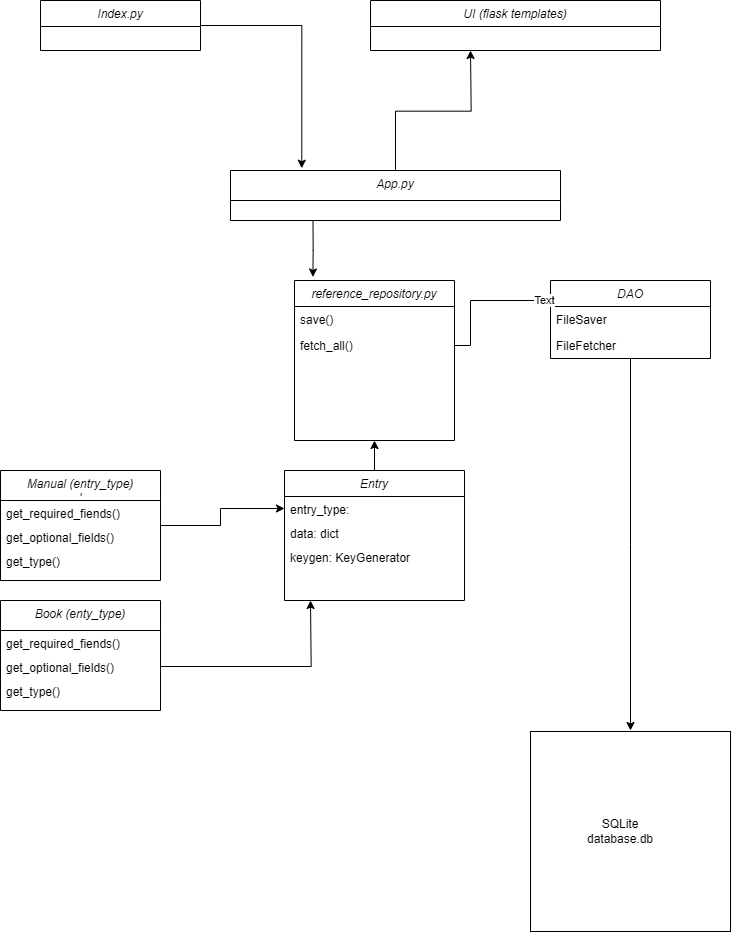
Earlier version of the draw.io export docs/images/luokkakaavio.png (niilolehtonen/miniprojekti). Source tidied: cells renumbered, new cells last; positions are measured from the earlier drawing's top-left corner, leaving out a move shared by most shapes.
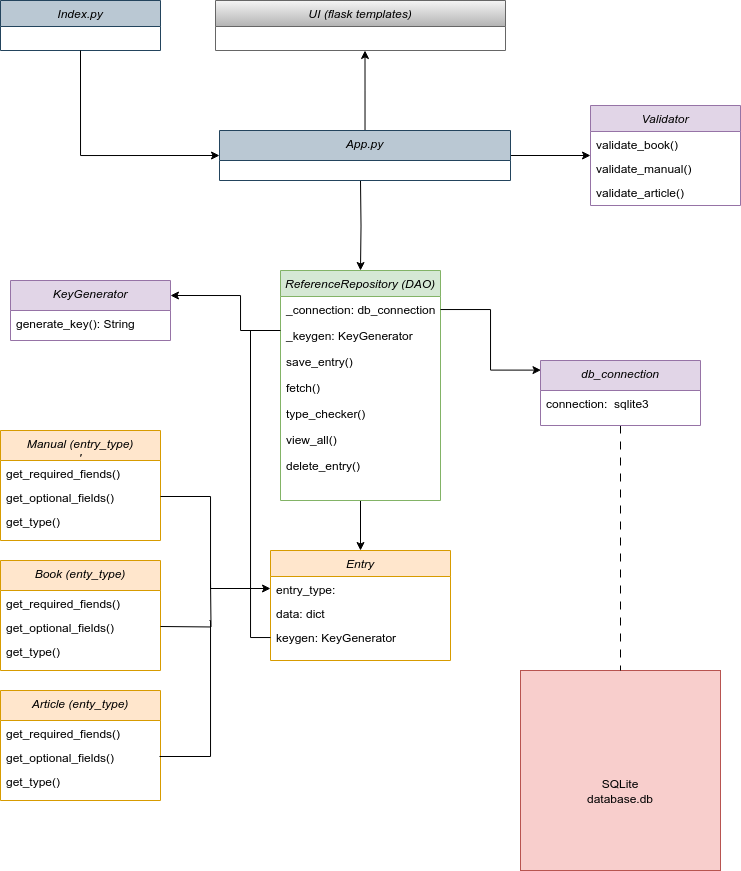
After the change.

Commit message:
class diagram updated

The edit, as a diff of the source:
```diff
@@ -2,10 +2,10 @@
   <root>
     <mxCell id="0" />
     <mxCell id="1" parent="0" />
-    <mxCell id="2" value="Index.py&#10;" style="swimlane;fontStyle=2;align=center;verticalAlign=top;horizontal=1;startSize=26;rounded=0;shadow=0;strokeWidth=1;" parent="1" vertex="1">
-      <mxGeometry x="40" width="160" height="50" as="geometry" />
+    <mxCell id="2" value="Index.py&#10;" style="swimlane;fontStyle=2;align=center;verticalAlign=top;horizontal=1;startSize=26;rounded=0;shadow=0;strokeWidth=1;fillColor=#bac8d3;strokeColor=#23445d;" parent="1" vertex="1">
+      <mxGeometry y="40" width="160" height="50" as="geometry" />
     </mxCell>
-    <mxCell id="3" value="Manual (entry_type)&#10;'" style="swimlane;fontStyle=2;align=center;verticalAlign=top;horizontal=1;startSize=30;rounded=0;shadow=0;strokeWidth=1;" parent="1" vertex="1">
+    <mxCell id="3" value="Manual (entry_type)&#10;'" style="swimlane;fontStyle=2;align=center;verticalAlign=top;horizontal=1;startSize=30;rounded=0;shadow=0;strokeWidth=1;fillColor=#ffe6cc;strokeColor=#d79b00;" parent="1" vertex="1">
       <mxGeometry y="470" width="160" height="110" as="geometry" />
     </mxCell>
     <mxCell id="4" value="get_required_fiends()" style="text;align=left;verticalAlign=top;spacingLeft=4;spacingRight=4;overflow=hidden;" parent="3" vertex="1">
@@ -17,34 +17,35 @@
     <mxCell id="6" value="get_type()&#10;" style="text;align=left;verticalAlign=top;spacingLeft=4;spacingRight=4;overflow=hidden;" parent="3" vertex="1">
       <mxGeometry y="78" width="160" height="24" as="geometry" />
     </mxCell>
-    <mxCell id="7" value="reference_repository.py&#10;" style="swimlane;fontStyle=2;align=center;verticalAlign=top;horizontal=1;startSize=26;rounded=0;shadow=0;strokeWidth=1;" parent="1" vertex="1">
-      <mxGeometry x="294" y="280" width="160" height="160" as="geometry" />
-    </mxCell>
-    <mxCell id="8" value="save() " style="text;align=left;verticalAlign=top;spacingLeft=4;spacingRight=4;overflow=hidden;" parent="7" vertex="1">
-      <mxGeometry y="26" width="160" height="26" as="geometry" />
-    </mxCell>
-    <mxCell id="9" value="fetch_all()" style="text;align=left;verticalAlign=top;spacingLeft=4;spacingRight=4;overflow=hidden;points=[[0,0.5],[1,0.5]];portConstraint=eastwest;" parent="7" vertex="1">
-      <mxGeometry y="52" width="160" height="26" as="geometry" />
-    </mxCell>
-    <mxCell id="10" style="edgeStyle=orthogonalEdgeStyle;rounded=0;jettySize=auto;html=1;" parent="1" edge="1" source="11">
-      <mxGeometry relative="1" as="geometry">
-        <mxPoint x="630" y="730" as="targetPoint" />
-      </mxGeometry>
-    </mxCell>
+    <mxCell id="34" style="edgeStyle=orthogonalEdgeStyle;rounded=0;jettySize=auto;html=1;entryX=0.5;entryY=0;entryDx=0;entryDy=0;" parent="1" edge="1" source="11" target="15">
+      <mxGeometry relative="1" as="geometry" />
+    </mxCell>
-    <mxCell id="11" value="DAO" style="swimlane;fontStyle=2;align=center;verticalAlign=top;horizontal=1;startSize=26;rounded=0;shadow=0;strokeWidth=1;" parent="1" vertex="1">
-      <mxGeometry x="550" y="280" width="160" height="78" as="geometry" />
+    <mxCell id="11" value="ReferenceRepository (DAO)" style="swimlane;fontStyle=2;align=center;verticalAlign=top;horizontal=1;startSize=26;rounded=0;shadow=0;strokeWidth=1;fillColor=#d5e8d4;strokeColor=#82b366;" parent="1" vertex="1">
+      <mxGeometry x="280" y="310" width="160" height="230" as="geometry" />
     </mxCell>
-    <mxCell id="12" value="FileSaver" style="text;align=left;verticalAlign=top;spacingLeft=4;spacingRight=4;overflow=hidden;" parent="11" vertex="1">
-      <mxGeometry y="26" width="160" height="26" as="geometry" />
-    </mxCell>
-    <mxCell id="13" value="FileFetcher" style="text;align=left;verticalAlign=top;spacingLeft=4;spacingRight=4;overflow=hidden;" parent="11" vertex="1">
-      <mxGeometry y="52" width="160" height="26" as="geometry" />
-    </mxCell>
-    <mxCell id="14" style="edgeStyle=orthogonalEdgeStyle;rounded=0;jettySize=auto;html=1;entryX=0.5;entryY=1;entryDx=0;entryDy=0;" parent="1" edge="1" source="15" target="7">
-      <mxGeometry relative="1" as="geometry" />
-    </mxCell>
+    <mxCell id="35" value="_connection: db_connection" style="text;align=left;verticalAlign=top;spacingLeft=4;spacingRight=4;overflow=hidden;points=[[0,0.5],[1,0.5]];portConstraint=eastwest;" parent="11" vertex="1">
+      <mxGeometry y="26" width="160" height="26" as="geometry" />
+    </mxCell>
+    <mxCell id="36" value="_keygen: KeyGenerator" style="text;align=left;verticalAlign=top;spacingLeft=4;spacingRight=4;overflow=hidden;points=[[0,0.5],[1,0.5]];portConstraint=eastwest;" parent="11" vertex="1">
+      <mxGeometry y="52" width="160" height="26" as="geometry" />
+    </mxCell>
+    <mxCell id="37" value="save_entry() " style="text;align=left;verticalAlign=top;spacingLeft=4;spacingRight=4;overflow=hidden;" parent="11" vertex="1">
+      <mxGeometry y="78" width="160" height="26" as="geometry" />
+    </mxCell>
+    <mxCell id="38" value="fetch()" style="text;align=left;verticalAlign=top;spacingLeft=4;spacingRight=4;overflow=hidden;" parent="11" vertex="1">
+      <mxGeometry y="104" width="160" height="26" as="geometry" />
+    </mxCell>
+    <mxCell id="39" value="type_checker()" style="text;align=left;verticalAlign=top;spacingLeft=4;spacingRight=4;overflow=hidden;" parent="11" vertex="1">
+      <mxGeometry y="130" width="160" height="26" as="geometry" />
+    </mxCell>
+    <mxCell id="40" value="view_all()" style="text;align=left;verticalAlign=top;spacingLeft=4;spacingRight=4;overflow=hidden;" parent="11" vertex="1">
+      <mxGeometry y="156" width="160" height="26" as="geometry" />
+    </mxCell>
+    <mxCell id="41" value="delete_entry()" style="text;align=left;verticalAlign=top;spacingLeft=4;spacingRight=4;overflow=hidden;" parent="11" vertex="1">
+      <mxGeometry y="182" width="160" height="26" as="geometry" />
+    </mxCell>
-    <mxCell id="15" value="Entry" style="swimlane;fontStyle=2;align=center;verticalAlign=top;horizontal=1;startSize=26;rounded=0;shadow=0;strokeWidth=1;" parent="1" vertex="1">
-      <mxGeometry x="284" y="470" width="180" height="130" as="geometry" />
+    <mxCell id="15" value="Entry" style="swimlane;fontStyle=2;align=center;verticalAlign=top;horizontal=1;startSize=26;rounded=0;shadow=0;strokeWidth=1;fillColor=#ffe6cc;strokeColor=#d79b00;" parent="1" vertex="1">
+      <mxGeometry x="270" y="590" width="180" height="110" as="geometry" />
     </mxCell>
     <mxCell id="16" value="entry_type: " style="text;align=left;verticalAlign=top;spacingLeft=4;spacingRight=4;overflow=hidden;points=[[0,0.5],[1,0.5]];portConstraint=eastwest;" parent="15" vertex="1">
       <mxGeometry y="26" width="180" height="24" as="geometry" />
@@ -52,69 +53,130 @@
     <mxCell id="17" value="data: dict&#10;" style="text;align=left;verticalAlign=top;spacingLeft=4;spacingRight=4;overflow=hidden;" parent="15" vertex="1">
       <mxGeometry y="50" width="180" height="24" as="geometry" />
     </mxCell>
+    <mxCell id="42" style="edgeStyle=orthogonalEdgeStyle;rounded=0;jettySize=auto;html=1;endArrow=none;endFill=0;" parent="15" edge="1" source="18">
+      <mxGeometry relative="1" as="geometry">
+        <mxPoint x="-20" y="-220" as="targetPoint" />
+      </mxGeometry>
+    </mxCell>
     <mxCell id="18" value="keygen: KeyGenerator" style="text;align=left;verticalAlign=top;spacingLeft=4;spacingRight=4;overflow=hidden;points=[[0,0.5],[1,0.5]];portConstraint=eastwest;" parent="15" vertex="1">
       <mxGeometry y="74" width="180" height="26" as="geometry" />
     </mxCell>
-    <mxCell id="19" style="edgeStyle=orthogonalEdgeStyle;rounded=0;jettySize=auto;html=1;entryX=0;entryY=0.5;entryDx=0;entryDy=0;" parent="1" edge="1" source="3" target="16">
-      <mxGeometry relative="1" as="geometry">
-        <Array as="points">
-          <mxPoint x="220" y="525" />
-          <mxPoint x="220" y="508" />
-        </Array>
-      </mxGeometry>
-    </mxCell>
-    <mxCell id="20" style="edgeStyle=orthogonalEdgeStyle;rounded=0;jettySize=auto;html=1;" parent="1" edge="1" source="21">
-      <mxGeometry relative="1" as="geometry">
-        <mxPoint x="470" y="50" as="targetPoint" />
-      </mxGeometry>
-    </mxCell>
+    <mxCell id="43" style="edgeStyle=orthogonalEdgeStyle;rounded=0;jettySize=auto;html=1;exitX=1;exitY=0.5;exitDx=0;exitDy=0;entryX=0;entryY=0.5;entryDx=0;entryDy=0;" parent="1" edge="1" source="21" target="53">
+      <mxGeometry relative="1" as="geometry" />
+    </mxCell>
+    <mxCell id="44" style="edgeStyle=orthogonalEdgeStyle;rounded=0;jettySize=auto;html=1;entryX=0.5;entryY=0;entryDx=0;entryDy=0;" parent="1" edge="1" target="11">
+      <mxGeometry relative="1" as="geometry">
+        <mxPoint x="360" y="220" as="sourcePoint" />
+      </mxGeometry>
+    </mxCell>
+    <mxCell id="45" style="edgeStyle=orthogonalEdgeStyle;rounded=0;jettySize=auto;html=1;" parent="1" edge="1" source="21">
+      <mxGeometry relative="1" as="geometry">
+        <mxPoint x="364.5" y="90" as="targetPoint" />
+      </mxGeometry>
+    </mxCell>
-    <mxCell id="21" value="App.py" style="swimlane;fontStyle=2;align=center;verticalAlign=top;horizontal=1;startSize=30;rounded=0;shadow=0;strokeWidth=1;" parent="1" vertex="1">
-      <mxGeometry x="230" y="170" width="330" height="50" as="geometry" />
+    <mxCell id="21" value="App.py" style="swimlane;fontStyle=2;align=center;verticalAlign=top;horizontal=1;startSize=30;rounded=0;shadow=0;strokeWidth=1;fillColor=#bac8d3;strokeColor=#23445d;" parent="1" vertex="1">
+      <mxGeometry x="219" y="170" width="291" height="50" as="geometry" />
     </mxCell>
-    <mxCell id="22" value="UI (flask templates)" style="swimlane;fontStyle=2;align=center;verticalAlign=top;horizontal=1;startSize=26;rounded=0;shadow=0;strokeWidth=1;" parent="1" vertex="1">
-      <mxGeometry x="370" width="290" height="50" as="geometry" />
+    <mxCell id="22" value="UI (flask templates)" style="swimlane;fontStyle=2;align=center;verticalAlign=top;horizontal=1;startSize=26;rounded=0;shadow=0;strokeWidth=1;fillColor=#f5f5f5;gradientColor=#b3b3b3;strokeColor=#666666;" parent="1" vertex="1">
+      <mxGeometry x="215" y="40" width="290" height="50" as="geometry" />
     </mxCell>
-    <mxCell id="23" style="edgeStyle=orthogonalEdgeStyle;rounded=0;jettySize=auto;html=1;" parent="1" edge="1" source="9">
-      <mxGeometry relative="1" as="geometry">
-        <mxPoint x="550" y="300" as="targetPoint" />
-        <Array as="points">
-          <mxPoint x="470" y="345" />
-          <mxPoint x="470" y="300" />
-          <mxPoint x="550" y="300" />
-        </Array>
-      </mxGeometry>
-    </mxCell>
-    <mxCell id="24" value="Text" style="edgeLabel;html=1;align=center;verticalAlign=middle;" parent="23" vertex="1">
-      <mxGeometry x="0.91" y="2" relative="1" as="geometry" />
-    </mxCell>
-    <mxCell id="25" style="edgeStyle=orthogonalEdgeStyle;rounded=0;jettySize=auto;html=1;exitX=0.25;exitY=1;exitDx=0;exitDy=0;entryX=0.115;entryY=-0.022;entryDx=0;entryDy=0;entryPerimeter=0;" parent="1" edge="1" source="21" target="7">
-      <mxGeometry relative="1" as="geometry" />
-    </mxCell>
-    <mxCell id="26" style="edgeStyle=orthogonalEdgeStyle;rounded=0;jettySize=auto;html=1;entryX=0.216;entryY=-0.046;entryDx=0;entryDy=0;entryPerimeter=0;" parent="1" edge="1" source="2" target="21">
-      <mxGeometry relative="1" as="geometry" />
+    <mxCell id="26" style="edgeStyle=orthogonalEdgeStyle;rounded=0;jettySize=auto;html=1;entryX=0;entryY=0.5;entryDx=0;entryDy=0;exitX=0.5;exitY=1;exitDx=0;exitDy=0;" parent="1" edge="1" source="2" target="21">
+      <mxGeometry relative="1" as="geometry">
+        <Array as="points">
+          <mxPoint x="80" y="195" />
+        </Array>
+      </mxGeometry>
     </mxCell>
-    <mxCell id="27" style="whiteSpace=wrap;html=1;" parent="1" vertex="1">
-      <mxGeometry x="530" y="731" width="200" height="200" as="geometry" />
+    <mxCell id="27" style="whiteSpace=wrap;html=1;fillColor=#f8cecc;strokeColor=#b85450;" parent="1" vertex="1">
+      <mxGeometry x="520" y="710" width="200" height="200" as="geometry" />
     </mxCell>
     <mxCell id="28" value="SQLite database.db" style="text;html=1;strokeColor=none;fillColor=none;align=center;verticalAlign=middle;whiteSpace=wrap;rounded=0;" parent="1" vertex="1">
       <mxGeometry x="590" y="816" width="60" height="30" as="geometry" />
     </mxCell>
-    <mxCell id="29" value="Book (enty_type)" style="swimlane;fontStyle=2;align=center;verticalAlign=top;horizontal=1;startSize=30;rounded=0;shadow=0;strokeWidth=1;" parent="1" vertex="1">
+    <mxCell id="29" value="Book (enty_type)" style="swimlane;fontStyle=2;align=center;verticalAlign=top;horizontal=1;startSize=30;rounded=0;shadow=0;strokeWidth=1;fillColor=#ffe6cc;strokeColor=#d79b00;" parent="1" vertex="1">
       <mxGeometry y="600" width="160" height="110" as="geometry" />
     </mxCell>
     <mxCell id="30" value="get_required_fiends()" style="text;align=left;verticalAlign=top;spacingLeft=4;spacingRight=4;overflow=hidden;" parent="29" vertex="1">
       <mxGeometry y="30" width="160" height="24" as="geometry" />
     </mxCell>
-    <mxCell id="31" style="edgeStyle=orthogonalEdgeStyle;rounded=0;jettySize=auto;html=1;" parent="29" edge="1" source="32">
-      <mxGeometry relative="1" as="geometry">
-        <mxPoint x="310" as="targetPoint" />
-      </mxGeometry>
-    </mxCell>
+    <mxCell id="46" style="edgeStyle=orthogonalEdgeStyle;rounded=0;orthogonalLoop=1;jettySize=auto;html=1;exitX=1;exitY=0.5;exitDx=0;exitDy=0;endArrow=none;endFill=0;" parent="29" edge="1">
+      <mxGeometry relative="1" as="geometry">
+        <mxPoint x="160" y="66" as="sourcePoint" />
+        <mxPoint x="210" y="20" as="targetPoint" />
+      </mxGeometry>
+    </mxCell>
     <mxCell id="32" value="get_optional_fields()" style="text;align=left;verticalAlign=top;spacingLeft=4;spacingRight=4;overflow=hidden;points=[[0,0.5],[1,0.5]];portConstraint=eastwest;" parent="29" vertex="1">
       <mxGeometry y="54" width="160" height="24" as="geometry" />
     </mxCell>
     <mxCell id="33" value="get_type()&#10;" style="text;align=left;verticalAlign=top;spacingLeft=4;spacingRight=4;overflow=hidden;" parent="29" vertex="1">
       <mxGeometry y="78" width="160" height="24" as="geometry" />
     </mxCell>
+    <mxCell id="47" value="Article (enty_type)" style="swimlane;fontStyle=2;align=center;verticalAlign=top;horizontal=1;startSize=30;rounded=0;shadow=0;strokeWidth=1;fillColor=#ffe6cc;strokeColor=#d79b00;" parent="1" vertex="1">
+      <mxGeometry y="730" width="160" height="110" as="geometry" />
+    </mxCell>
+    <mxCell id="48" value="get_required_fiends()" style="text;align=left;verticalAlign=top;spacingLeft=4;spacingRight=4;overflow=hidden;" parent="47" vertex="1">
+      <mxGeometry y="30" width="160" height="24" as="geometry" />
+    </mxCell>
+    <mxCell id="49" style="edgeStyle=orthogonalEdgeStyle;rounded=0;orthogonalLoop=1;jettySize=auto;html=1;exitX=1;exitY=0.5;exitDx=0;exitDy=0;endArrow=none;endFill=0;" parent="47" edge="1">
+      <mxGeometry relative="1" as="geometry">
+        <mxPoint x="159" y="66" as="sourcePoint" />
+        <mxPoint x="209" y="-70" as="targetPoint" />
+        <Array as="points">
+          <mxPoint x="210" y="66" />
+          <mxPoint x="210" y="-70" />
+        </Array>
+      </mxGeometry>
+    </mxCell>
+    <mxCell id="50" value="get_optional_fields()" style="text;align=left;verticalAlign=top;spacingLeft=4;spacingRight=4;overflow=hidden;" parent="47" vertex="1">
+      <mxGeometry y="54" width="160" height="24" as="geometry" />
+    </mxCell>
+    <mxCell id="51" value="get_type()&#10;" style="text;align=left;verticalAlign=top;spacingLeft=4;spacingRight=4;overflow=hidden;" parent="47" vertex="1">
+      <mxGeometry y="78" width="160" height="24" as="geometry" />
+    </mxCell>
+    <mxCell id="52" style="edgeStyle=orthogonalEdgeStyle;rounded=0;jettySize=auto;html=1;exitX=1;exitY=0.5;exitDx=0;exitDy=0;entryX=0;entryY=0.5;entryDx=0;entryDy=0;" parent="1" edge="1" source="5" target="16">
+      <mxGeometry relative="1" as="geometry">
+        <Array as="points">
+          <mxPoint x="210" y="536" />
+          <mxPoint x="210" y="628" />
+        </Array>
+      </mxGeometry>
+    </mxCell>
+    <mxCell id="53" value="Validator&#10;    " style="swimlane;fontStyle=2;align=center;verticalAlign=top;horizontal=1;startSize=26;rounded=0;shadow=0;strokeWidth=1;fillColor=#e1d5e7;strokeColor=#9673a6;" parent="1" vertex="1">
+      <mxGeometry x="590" y="145" width="150" height="100" as="geometry" />
+    </mxCell>
+    <mxCell id="54" value="validate_book() " style="text;align=left;verticalAlign=top;spacingLeft=4;spacingRight=4;overflow=hidden;" parent="53" vertex="1">
+      <mxGeometry y="26" width="150" height="24" as="geometry" />
+    </mxCell>
+    <mxCell id="55" value="validate_manual()" style="text;align=left;verticalAlign=top;spacingLeft=4;spacingRight=4;overflow=hidden;" parent="53" vertex="1">
+      <mxGeometry y="50" width="150" height="24" as="geometry" />
+    </mxCell>
+    <mxCell id="56" value="validate_article()" style="text;align=left;verticalAlign=top;spacingLeft=4;spacingRight=4;overflow=hidden;" parent="53" vertex="1">
+      <mxGeometry y="74" width="150" height="24" as="geometry" />
+    </mxCell>
+    <mxCell id="57" style="edgeStyle=orthogonalEdgeStyle;rounded=0;jettySize=auto;html=1;entryX=0.5;entryY=0;entryDx=0;entryDy=0;endArrow=none;endFill=0;dashed=1;dashPattern=8 8;" parent="1" edge="1" source="58" target="27">
+      <mxGeometry relative="1" as="geometry" />
+    </mxCell>
+    <mxCell id="58" value="db_connection" style="swimlane;fontStyle=2;align=center;verticalAlign=top;horizontal=1;startSize=30;rounded=0;shadow=0;strokeWidth=1;fillColor=#e1d5e7;strokeColor=#9673a6;" parent="1" vertex="1">
+      <mxGeometry x="540" y="400" width="160" height="65" as="geometry" />
+    </mxCell>
+    <mxCell id="59" value="connection:  sqlite3" style="text;align=left;verticalAlign=top;spacingLeft=4;spacingRight=4;overflow=hidden;" parent="58" vertex="1">
+      <mxGeometry y="30" width="160" height="26" as="geometry" />
+    </mxCell>
+    <mxCell id="60" value="KeyGenerator" style="swimlane;fontStyle=2;align=center;verticalAlign=top;horizontal=1;startSize=30;rounded=0;shadow=0;strokeWidth=1;fillColor=#e1d5e7;strokeColor=#9673a6;" parent="1" vertex="1">
+      <mxGeometry x="10" y="320" width="160" height="60" as="geometry" />
+    </mxCell>
+    <mxCell id="61" value="generate_key(): String" style="text;align=left;verticalAlign=top;spacingLeft=4;spacingRight=4;overflow=hidden;" parent="60" vertex="1">
+      <mxGeometry y="30" width="160" height="26" as="geometry" />
+    </mxCell>
+    <mxCell id="62" style="edgeStyle=orthogonalEdgeStyle;rounded=0;jettySize=auto;html=1;entryX=1;entryY=0.25;entryDx=0;entryDy=0;" parent="1" edge="1" source="36" target="60">
+      <mxGeometry relative="1" as="geometry">
+        <Array as="points">
+          <mxPoint x="240" y="370" />
+        </Array>
+      </mxGeometry>
+    </mxCell>
+    <mxCell id="63" style="edgeStyle=orthogonalEdgeStyle;rounded=0;jettySize=auto;html=1;entryX=0.003;entryY=0.148;entryDx=0;entryDy=0;entryPerimeter=0;" parent="1" edge="1" source="35" target="58">
+      <mxGeometry relative="1" as="geometry" />
+    </mxCell>
   </root>
 </mxGraphModel>
```
